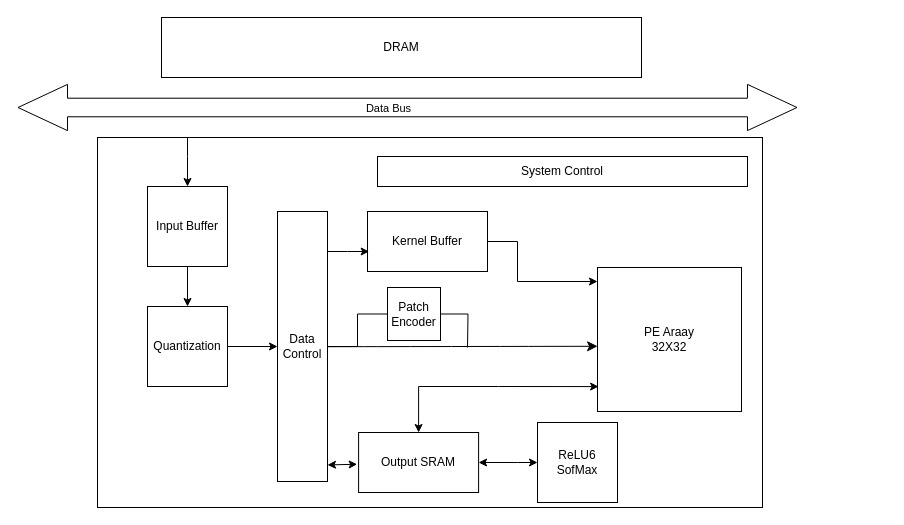
This is 未命名绘图.drawio from jihuien/ML100Days, a draw.io file, before an edit. Source tidied: cells renumbered, new cells numbered last; positions are measured from the earlier drawing's top-left corner, leaving out a move shared by most shapes. Both pictures are drawn from the tidied source at 100%, with x=0, y=0 at pixel (17, 17).
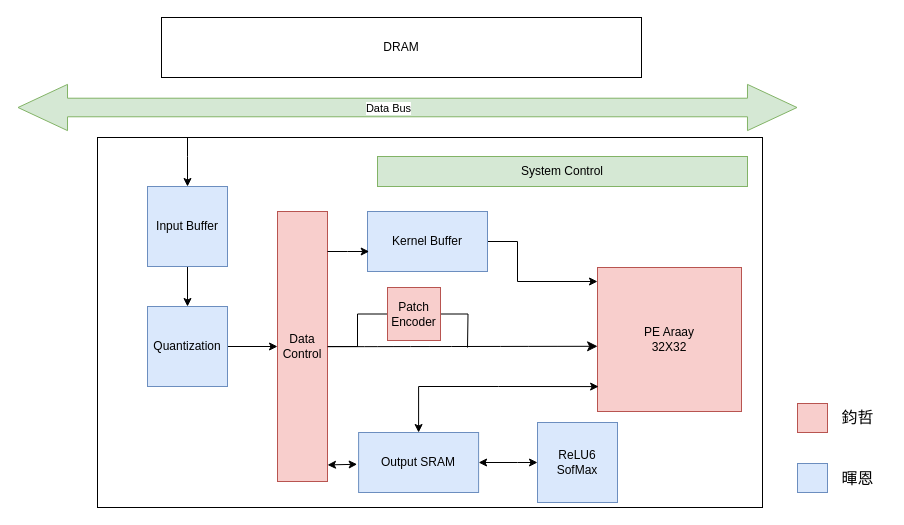
The same diagram, later.

Commit message:
更新未命名绘图.drawio

The edit, as a diff of the source:
```diff
@@
-    <mxCell id="5" value="Kernel Buffer" style="rounded=0;whiteSpace=wrap;html=1;" parent="1" vertex="1">
+    <mxCell id="5" value="Kernel Buffer" style="rounded=0;whiteSpace=wrap;html=1;fillColor=#dae8fc;strokeColor=#6c8ebf;" parent="1" vertex="1">
       <mxGeometry x="350" y="194" width="120" height="60" as="geometry" />
     </mxCell>
-    <mxCell id="6" value="PE Araay&lt;div&gt;32X32&lt;/div&gt;" style="whiteSpace=wrap;html=1;" parent="1" vertex="1">
+    <mxCell id="6" value="PE Araay&lt;div&gt;32X32&lt;/div&gt;" style="whiteSpace=wrap;html=1;fillColor=#f8cecc;strokeColor=#b85450;" parent="1" vertex="1">
       <mxGeometry x="580" y="250" width="144" height="144" as="geometry" />
     </mxCell>
-    <mxCell id="7" value="System Control" style="rounded=0;whiteSpace=wrap;html=1;" parent="1" vertex="1">
+    <mxCell id="7" value="System Control" style="rounded=0;whiteSpace=wrap;html=1;fillColor=#d5e8d4;strokeColor=#82b366;" parent="1" vertex="1">
       <mxGeometry x="360" y="139" width="370" height="30" as="geometry" />
     </mxCell>
@@
-    <mxCell id="9" value="Data Control" style="rounded=0;whiteSpace=wrap;html=1;" parent="1" vertex="1">
+    <mxCell id="9" value="Data Control" style="rounded=0;whiteSpace=wrap;html=1;fillColor=#f8cecc;strokeColor=#b85450;" parent="1" vertex="1">
       <mxGeometry x="260" y="194" width="50" height="270" as="geometry" />
     </mxCell>
@@
-    <mxCell id="11" value="Quantization" style="whiteSpace=wrap;html=1;" parent="1" vertex="1">
+    <mxCell id="11" value="Quantization" style="whiteSpace=wrap;html=1;fillColor=#dae8fc;strokeColor=#6c8ebf;" parent="1" vertex="1">
       <mxGeometry x="130" y="289" width="80" height="80" as="geometry" />
     </mxCell>
@@
-    <mxCell id="13" value="Input Buffer" style="whiteSpace=wrap;html=1;" parent="1" vertex="1">
+    <mxCell id="13" value="Input Buffer" style="whiteSpace=wrap;html=1;fillColor=#dae8fc;strokeColor=#6c8ebf;" parent="1" vertex="1">
       <mxGeometry x="130" y="169" width="80" height="80" as="geometry" />
     </mxCell>
@@
-    <mxCell id="15" value="Output SRAM" style="rounded=0;whiteSpace=wrap;html=1;" parent="1" vertex="1">
+    <mxCell id="15" value="Output SRAM" style="rounded=0;whiteSpace=wrap;html=1;fillColor=#dae8fc;strokeColor=#6c8ebf;" parent="1" vertex="1">
       <mxGeometry x="341.1" y="415" width="120" height="60" as="geometry" />
     </mxCell>
@@
-    <mxCell id="18" style="shape=flexArrow;endArrow=classic;startArrow=classic;html=1;rounded=0;startWidth=26.666666666666668;startSize=16.176190476190474;endWidth=26.666666666666668;endSize=16.176190476190474;width=18.57142857142857;" parent="1" edge="1">
+    <mxCell id="18" style="shape=flexArrow;endArrow=classic;startArrow=classic;html=1;rounded=0;startWidth=26.666666666666668;startSize=16.176190476190474;endWidth=26.666666666666668;endSize=16.176190476190474;width=18.57142857142857;fillColor=#d5e8d4;strokeColor=#82b366;" parent="1" edge="1">
       <mxGeometry relative="1" as="geometry">
         <mxPoint y="90" as="sourcePoint" />
         <mxPoint x="780" y="90" as="targetPoint" />
       </mxGeometry>
     </mxCell>
@@
-    <mxCell id="21" value="Patch Encoder" style="whiteSpace=wrap;html=1;" parent="1" vertex="1">
+    <mxCell id="21" value="Patch Encoder" style="whiteSpace=wrap;html=1;fillColor=#f8cecc;strokeColor=#b85450;" parent="1" vertex="1">
       <mxGeometry x="370" y="270" width="53" height="53" as="geometry" />
     </mxCell>
@@
-    <mxCell id="23" value="ReLU6&lt;div&gt;SofMax&lt;/div&gt;" style="whiteSpace=wrap;html=1;" parent="1" vertex="1">
+    <mxCell id="23" value="ReLU6&lt;div&gt;SofMax&lt;/div&gt;" style="whiteSpace=wrap;html=1;fillColor=#dae8fc;strokeColor=#6c8ebf;" parent="1" vertex="1">
       <mxGeometry x="520" y="405" width="80" height="80" as="geometry" />
     </mxCell>
@@
+    <mxCell id="26" style="whiteSpace=wrap;html=1;fillColor=#f8cecc;strokeColor=#b85450;" parent="1" vertex="1">
+      <mxGeometry x="780" y="386" width="30" height="29" as="geometry" />
+    </mxCell>
+    <mxCell id="27" style="whiteSpace=wrap;html=1;fillColor=#dae8fc;strokeColor=#6c8ebf;" parent="1" vertex="1">
+      <mxGeometry x="780" y="446" width="30" height="29" as="geometry" />
+    </mxCell>
+    <mxCell id="28" value="暉恩" style="text;html=1;align=center;verticalAlign=middle;strokeColor=none;fillColor=none;fontSize=16;" parent="1" vertex="1">
+      <mxGeometry x="810" y="446" width="60" height="30" as="geometry" />
+    </mxCell>
+    <mxCell id="29" value="鈞哲" style="text;html=1;align=center;verticalAlign=middle;strokeColor=none;fillColor=none;fontSize=16;" parent="1" vertex="1">
+      <mxGeometry x="810" y="385" width="60" height="30" as="geometry" />
+    </mxCell>
```
